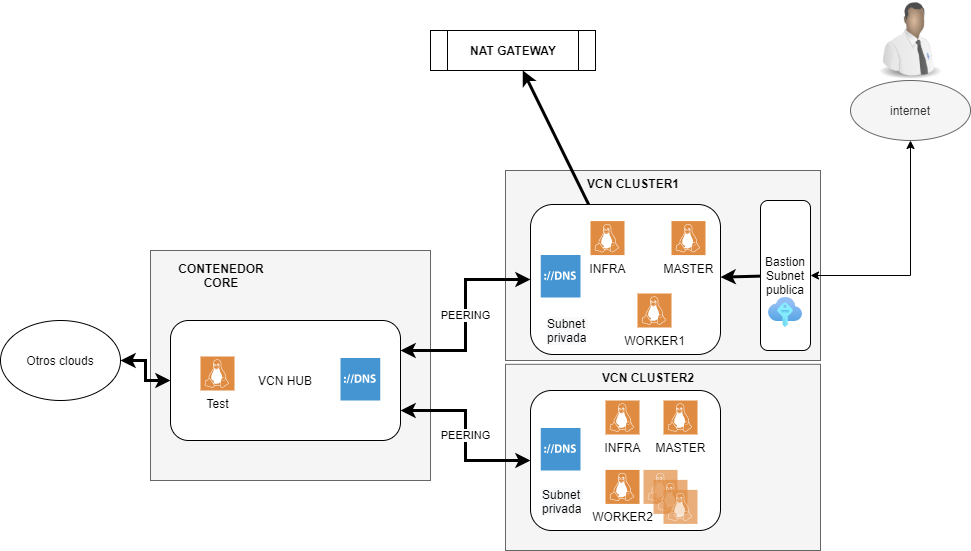
The draw.io diagram esquema.png in victhor666/Openshift-OCI, before a commit. Source tidied: cells renumbered, new cells last; positions are measured from the earlier drawing's top-left corner, leaving out a move shared by most shapes.
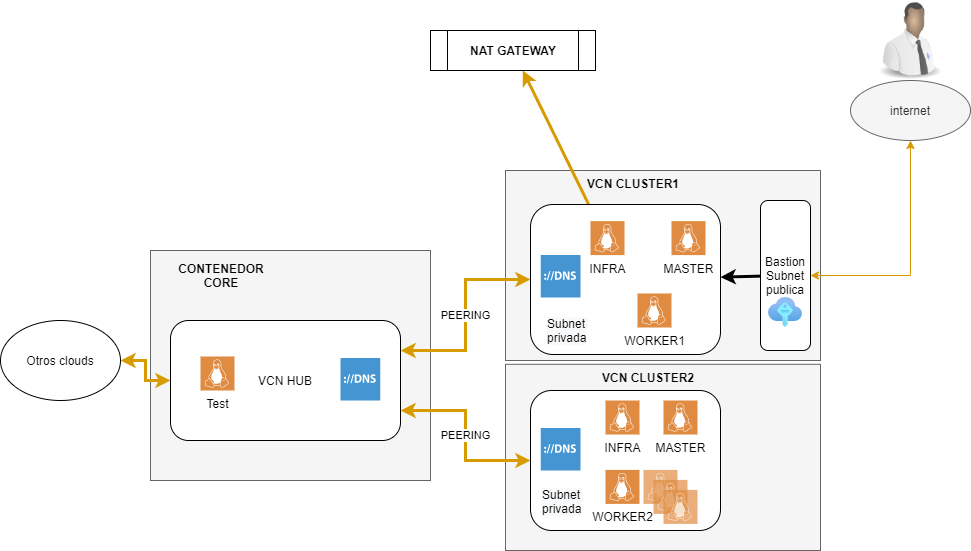
Later version of the same file.

Commit message:
colores del esquema

Diff of the diagram source:
```diff
@@ -11,16 +11,16 @@
     <mxCell id="4" style="rounded=0;whiteSpace=wrap;html=1;fillColor=#f5f5f5;strokeColor=#666666;fontColor=#333333;" parent="1" vertex="1">
       <mxGeometry x="150" y="250" width="280" height="230" as="geometry" />
     </mxCell>
-    <mxCell id="5" style="edgeStyle=orthogonalEdgeStyle;rounded=0;jettySize=auto;html=1;startArrow=classic;startFill=1;strokeWidth=3;" parent="1" edge="1" source="6" target="23">
+    <mxCell id="5" style="edgeStyle=orthogonalEdgeStyle;rounded=0;jettySize=auto;html=1;startArrow=classic;startFill=1;strokeWidth=3;gradientColor=#ffa500;fillColor=#ffcd28;strokeColor=#d79b00;" parent="1" edge="1" source="6" target="23">
       <mxGeometry relative="1" as="geometry" />
     </mxCell>
     <mxCell id="6" value="VCN HUB" style="rounded=1;whiteSpace=wrap;html=1;" parent="1" vertex="1">
       <mxGeometry x="170" y="320" width="230" height="120" as="geometry" />
     </mxCell>
-    <mxCell id="7" value="PEERING" style="edgeStyle=orthogonalEdgeStyle;rounded=0;jettySize=auto;html=1;entryX=1;entryY=0.25;entryDx=0;entryDy=0;startArrow=classic;startFill=1;strokeWidth=3;" parent="1" edge="1" source="9" target="6">
+    <mxCell id="7" value="PEERING" style="edgeStyle=orthogonalEdgeStyle;rounded=0;jettySize=auto;html=1;entryX=1;entryY=0.25;entryDx=0;entryDy=0;startArrow=classic;startFill=1;strokeWidth=3;gradientColor=#ffa500;fillColor=#ffcd28;strokeColor=#d79b00;" parent="1" edge="1" source="9" target="6">
       <mxGeometry relative="1" as="geometry" />
     </mxCell>
-    <mxCell id="8" style="rounded=0;jettySize=auto;html=1;startArrow=none;startFill=0;strokeWidth=3;" parent="1" edge="1" source="9" target="21">
+    <mxCell id="8" style="rounded=0;jettySize=auto;html=1;startArrow=none;startFill=0;strokeWidth=3;gradientColor=#ffa500;fillColor=#ffcd28;strokeColor=#d79b00;" parent="1" edge="1" source="9" target="21">
       <mxGeometry relative="1" as="geometry" />
     </mxCell>
     <mxCell id="9" style="rounded=1;whiteSpace=wrap;html=1;" parent="1" vertex="1">
@@ -53,7 +53,7 @@
     <mxCell id="18" style="shadow=0;dashed=0;html=1;strokeColor=none;fillColor=#4495D1;labelPosition=center;verticalLabelPosition=bottom;verticalAlign=top;align=center;shape=mxgraph.veeam.dns;" parent="1" vertex="1">
       <mxGeometry x="540.2" y="254.6" width="39.8" height="42.4" as="geometry" />
     </mxCell>
-    <mxCell id="19" value="PEERING" style="edgeStyle=orthogonalEdgeStyle;rounded=0;jettySize=auto;html=1;entryX=1;entryY=0.75;entryDx=0;entryDy=0;startArrow=classic;startFill=1;strokeWidth=3;exitX=0;exitY=0.5;exitDx=0;exitDy=0;" parent="1" edge="1" source="10" target="6">
+    <mxCell id="19" value="PEERING" style="edgeStyle=orthogonalEdgeStyle;rounded=0;jettySize=auto;html=1;entryX=1;entryY=0.75;entryDx=0;entryDy=0;startArrow=classic;startFill=1;strokeWidth=3;exitX=0;exitY=0.5;exitDx=0;exitDy=0;gradientColor=#ffa500;fillColor=#ffcd28;strokeColor=#d79b00;" parent="1" edge="1" source="10" target="6">
       <mxGeometry relative="1" as="geometry" />
     </mxCell>
     <mxCell id="20" value="&lt;div style=&quot;text-align: center&quot;&gt;&lt;font face=&quot;helvetica&quot;&gt;CONTENEDOR CORE&lt;/font&gt;&lt;/div&gt;" style="text;whiteSpace=wrap;html=1;fontStyle=1;" parent="1" vertex="1">
@@ -95,7 +95,7 @@
     <mxCell id="32" style="image;html=1;image=img/lib/clip_art/people/Tech_Man_Black_128x128.png;opacity=70;" parent="1" vertex="1">
       <mxGeometry x="870" width="80" height="80" as="geometry" />
     </mxCell>
-    <mxCell id="33" style="edgeStyle=orthogonalEdgeStyle;rounded=0;jettySize=auto;html=1;startArrow=classic;startFill=1;strokeWidth=1;" parent="1" edge="1" source="31" target="22">
+    <mxCell id="33" style="edgeStyle=orthogonalEdgeStyle;rounded=0;jettySize=auto;html=1;startArrow=classic;startFill=1;strokeWidth=1;gradientColor=#ffa500;fillColor=#ffcd28;strokeColor=#d79b00;" parent="1" edge="1" source="31" target="22">
       <mxGeometry relative="1" as="geometry" />
     </mxCell>
     <mxCell id="34" style="html=1;align=center;image;fontSize=12;image=img/lib/azure2/other/SSH_Keys.svg;opacity=70;" parent="1" vertex="1">
```
